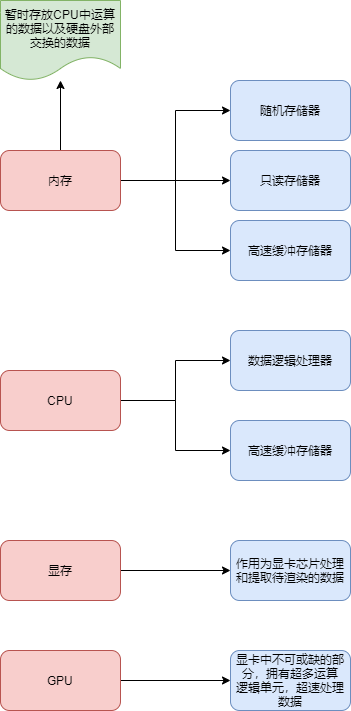
Above: 未命名绘图.drawio.png in nikeoboy/mahjong (draw.io), before the change. Source tidied: cells renumbered, new cells last; positions are measured from the earlier drawing's top-left corner, leaving out a move shared by most shapes.
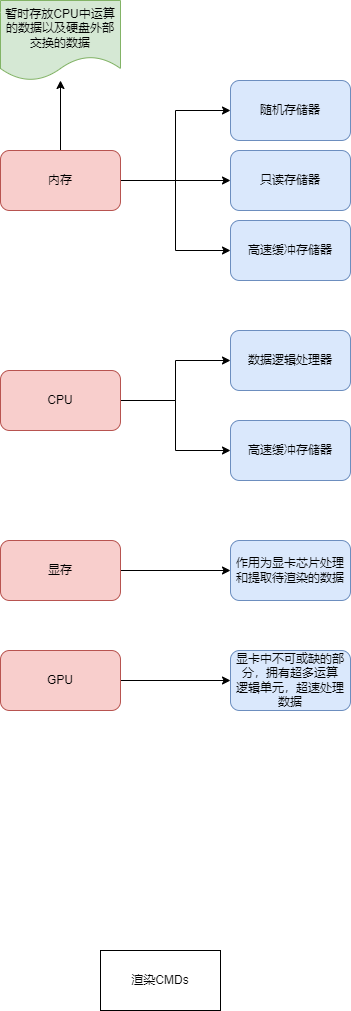
After the change.

Commit message:
更新未命名绘图.drawio.png

Change to the diagram source:
```diff
@@ -62,5 +62,8 @@
     <mxCell id="21" value="暂时存放CPU中运算的数据以及硬盘外部交换的数据" style="shape=document;whiteSpace=wrap;html=1;boundedLbl=1;fillColor=#d5e8d4;strokeColor=#82b366;rounded=1;" parent="1" vertex="1">
       <mxGeometry width="120" height="80" as="geometry" />
     </mxCell>
+    <mxCell id="22" value="渲染CMDs" style="rounded=0;whiteSpace=wrap;html=1;" parent="1" vertex="1">
+      <mxGeometry x="100" y="950" width="120" height="60" as="geometry" />
+    </mxCell>
   </root>
 </mxGraphModel>
```
